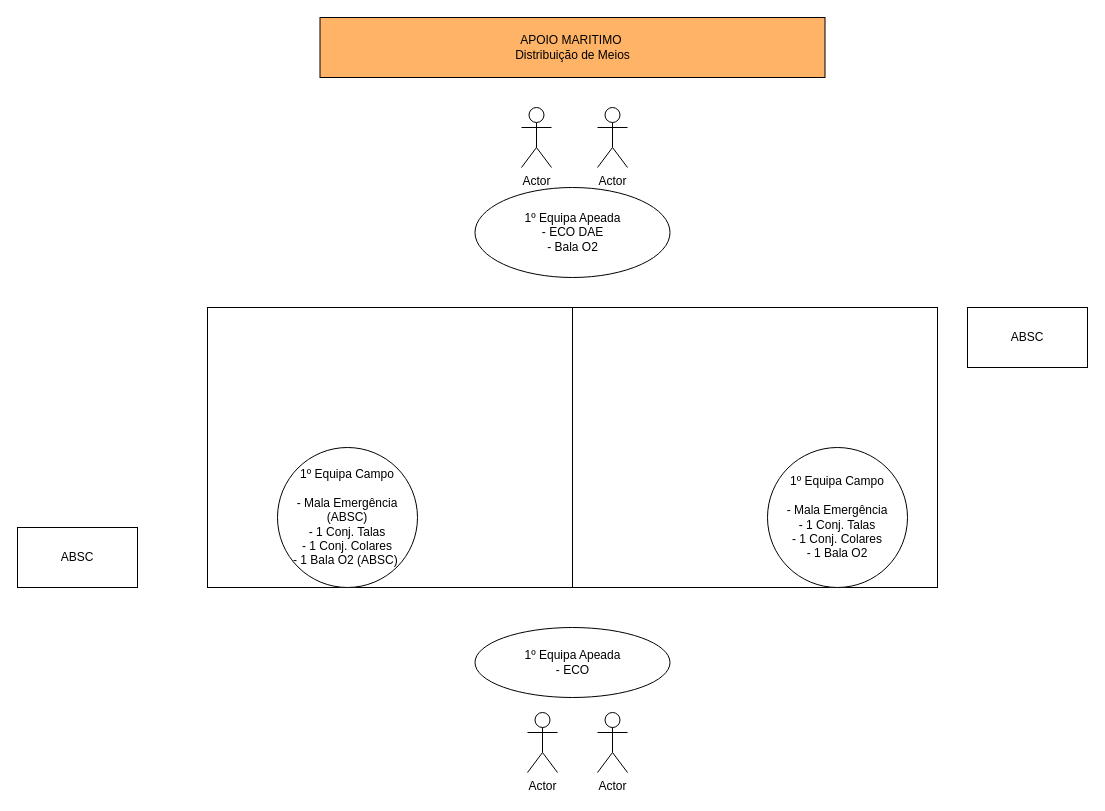
Before: page "Marítimo" (1 of 2) of Diagrama sem nome.drawio in joaoabreu1/flowcharts, a draw.io diagram. Source tidied: cells renumbered, new cells numbered last; positions are measured from the earlier drawing's top-left corner, leaving out a move shared by most shapes. Both pictures are drawn from the tidied source at 100%, with x=0, y=0 at pixel (17, 17).
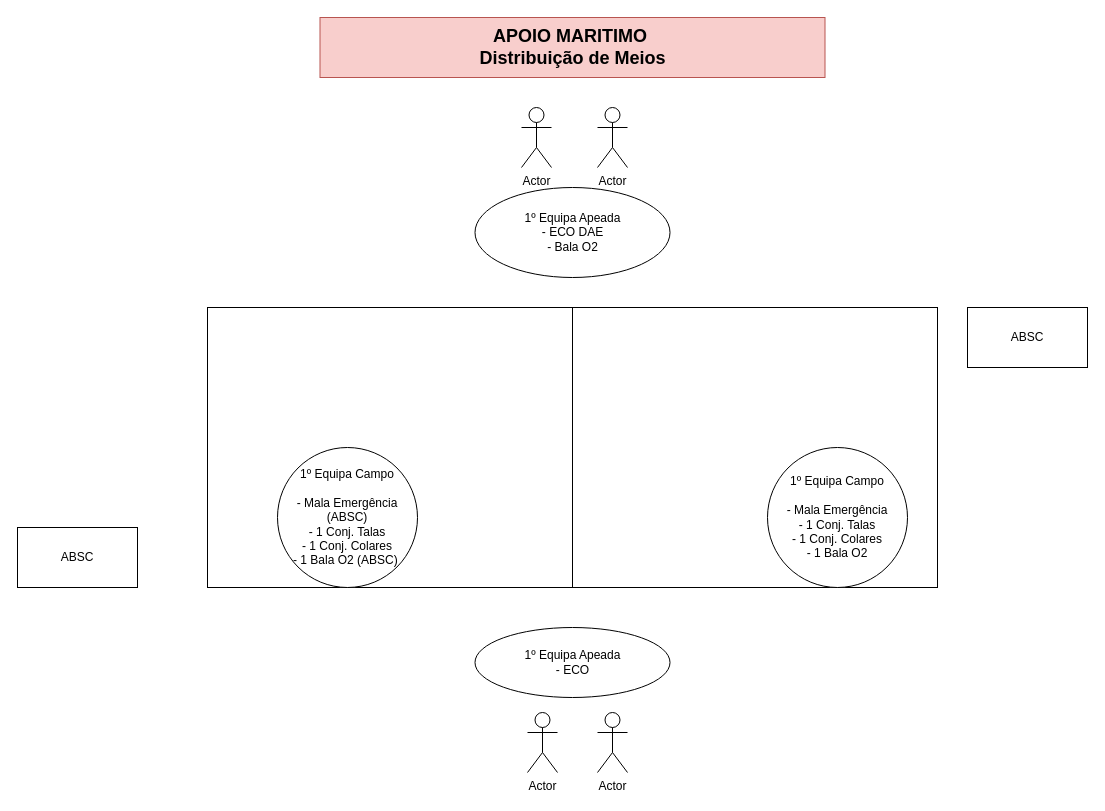
The same diagram, later.

What changed in the source:
```diff
@@
 <mxGraphModel>
   <root>
     <mxCell id="0" />
     <mxCell id="1" parent="0" />
     <mxCell id="2" style="rounded=0;whiteSpace=wrap;html=1;" parent="1" vertex="1">
       <mxGeometry x="190" y="290" width="730" height="280" as="geometry" />
     </mxCell>
     <mxCell id="3" value="1º Equipa Apeada&lt;div&gt;- ECO DAE&lt;/div&gt;&lt;div&gt;- Bala O2&lt;/div&gt;" style="ellipse;whiteSpace=wrap;html=1;" parent="1" vertex="1">
       <mxGeometry x="457.5" y="170" width="195" height="90" as="geometry" />
     </mxCell>
     <mxCell id="4" value="1º Equipa Apeada&lt;div&gt;- ECO&lt;/div&gt;" style="ellipse;whiteSpace=wrap;html=1;" parent="1" vertex="1">
       <mxGeometry x="457.5" y="610" width="195" height="70" as="geometry" />
     </mxCell>
     <mxCell id="5" style="endArrow=none;html=1;rounded=0;entryX=0.5;entryY=0;entryDx=0;entryDy=0;exitX=0.5;exitY=1;exitDx=0;exitDy=0;" parent="1" edge="1" source="2" target="2">
       <mxGeometry relative="1" as="geometry" />
     </mxCell>
     <mxCell id="6" value="1º Equipa Campo&lt;div&gt;&lt;br&gt;&lt;/div&gt;&lt;div&gt;- Mala Emergência&lt;/div&gt;&lt;div&gt;- 1 Conj. Talas&lt;/div&gt;&lt;div&gt;- 1 Conj. Colares&lt;/div&gt;&lt;div&gt;- 1 Bala O2&lt;/div&gt;" style="ellipse;whiteSpace=wrap;html=1;" parent="1" vertex="1">
       <mxGeometry x="750" y="430" width="140" height="140" as="geometry" />
     </mxCell>
     <mxCell id="7" value="Actor" style="shape=umlActor;verticalLabelPosition=bottom;verticalAlign=top;html=1;" parent="1" vertex="1">
       <mxGeometry x="504" y="90" width="30" height="60" as="geometry" />
     </mxCell>
     <mxCell id="8" value="Actor" style="shape=umlActor;verticalLabelPosition=bottom;verticalAlign=top;html=1;" parent="1" vertex="1">
       <mxGeometry x="580" y="90" width="30" height="60" as="geometry" />
     </mxCell>
     <mxCell id="9" value="Actor" style="shape=umlActor;verticalLabelPosition=bottom;verticalAlign=top;html=1;" parent="1" vertex="1">
       <mxGeometry x="510" y="695" width="30" height="60" as="geometry" />
     </mxCell>
     <mxCell id="10" value="Actor" style="shape=umlActor;verticalLabelPosition=bottom;verticalAlign=top;html=1;" parent="1" vertex="1">
       <mxGeometry x="580" y="695" width="30" height="60" as="geometry" />
     </mxCell>
     <mxCell id="11" value="ABSC" style="rounded=0;whiteSpace=wrap;html=1;" parent="1" vertex="1">
       <mxGeometry y="510" width="120" height="60" as="geometry" />
     </mxCell>
     <mxCell id="12" value="ABSC" style="rounded=0;whiteSpace=wrap;html=1;" parent="1" vertex="1">
       <mxGeometry x="950" y="290" width="120" height="60" as="geometry" />
     </mxCell>
     <mxCell id="13" value="1º Equipa Campo&lt;div&gt;&lt;br&gt;&lt;/div&gt;&lt;div&gt;- Mala Emergência (ABSC)&lt;/div&gt;&lt;div&gt;- 1 Conj. Talas&lt;/div&gt;&lt;div&gt;- 1 Conj. Colares&lt;/div&gt;&lt;div&gt;- 1 Bala O2 (ABSC)&amp;nbsp;&lt;/div&gt;" style="ellipse;whiteSpace=wrap;html=1;" parent="1" vertex="1">
       <mxGeometry x="260" y="430" width="140" height="140" as="geometry" />
     </mxCell>
-    <mxCell id="14" value="APOIO MARITIMO&amp;nbsp;&lt;div&gt;Distribuição de Meios&lt;/div&gt;" style="rounded=0;whiteSpace=wrap;html=1;fillColor=light-dark(#FFB366,var(--ge-dark-color, #121212));" parent="1" vertex="1">
+    <mxCell id="14" value="APOIO MARITIMO&amp;nbsp;&lt;div&gt;Distribuição de Meios&lt;/div&gt;" style="rounded=0;whiteSpace=wrap;html=1;fillColor=#f8cecc;strokeColor=#b85450;fontSize=18;fontStyle=1;fontFamily=Arial Black;" parent="1" vertex="1">
       <mxGeometry x="302.5" width="505" height="60" as="geometry" />
     </mxCell>
   </root>
 </mxGraphModel>
```
